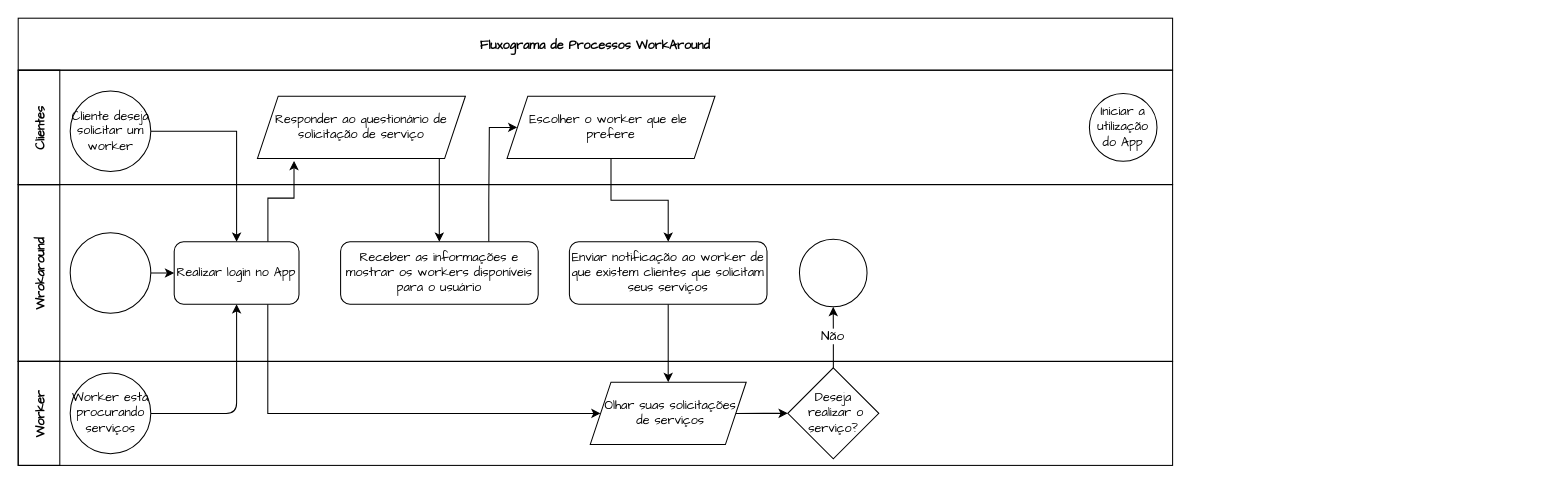
Above: flowchart/Fluxograma de Processos.drawio in vichelly/WorkAround_B2C (draw.io), before the change. Source tidied: cells renumbered, new cells numbered last; positions are measured from the earlier drawing's top-left corner, leaving out a move shared by most shapes. Both pictures are drawn from the tidied source at 104%, with x=0, y=0 at pixel (18, 18).
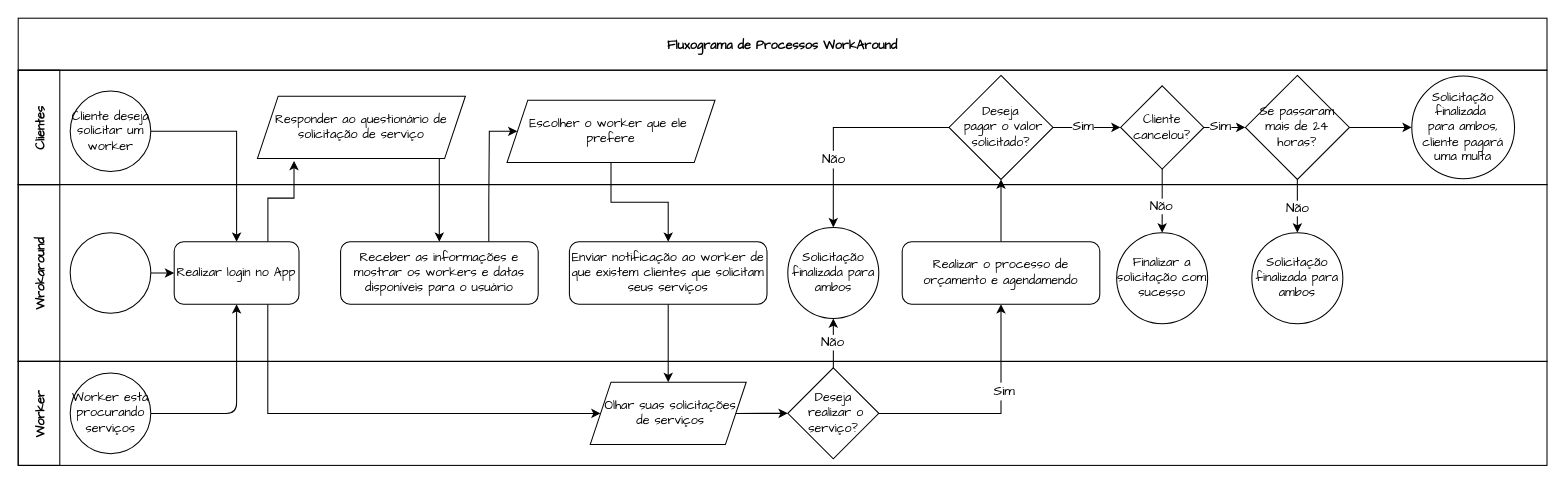
Above is the later version.

Unchanged cells that the change refers to:
```xml
<mxCell id="32" value="Deseja&lt;div&gt;&amp;nbsp;realizar o serviço?&lt;/div&gt;" style="rhombus;whiteSpace=wrap;html=1;fontFamily=Comic Sans MS;" parent="1" vertex="1">
  <mxGeometry x="740" y="336.2" width="87.5" height="87.5" as="geometry" />
</mxCell>
```

Change to the diagram source:
```diff
@@
     <mxCell id="2" style="rounded=0;whiteSpace=wrap;html=1;fillColor=none;flipH=0;fontFamily=Comic Sans MS;" parent="1" vertex="1">
-      <mxGeometry y="330" width="1110" height="100" as="geometry" />
+      <mxGeometry y="330" width="1470" height="100" as="geometry" />
     </mxCell>
@@
     <mxCell id="4" style="rounded=0;whiteSpace=wrap;html=1;fillColor=none;flipH=0;fontFamily=Comic Sans MS;" parent="1" vertex="1">
-      <mxGeometry y="160" width="1110" height="170" as="geometry" />
+      <mxGeometry y="160" width="1470" height="170" as="geometry" />
     </mxCell>
@@
     <mxCell id="6" style="rounded=0;whiteSpace=wrap;html=1;fillColor=none;flipH=0;fontFamily=Comic Sans MS;" parent="1" vertex="1">
-      <mxGeometry y="50" width="1110" height="110" as="geometry" />
+      <mxGeometry y="50" width="1470" height="110" as="geometry" />
     </mxCell>
@@
     <mxCell id="8" value="Fluxograma de Processos WorkAround" style="rounded=0;fillColor=none;fontStyle=1;flipH=0;fontFamily=Comic Sans MS;" parent="1" vertex="1">
-      <mxGeometry width="1110" height="50" as="geometry" />
+      <mxGeometry width="1470" height="50" as="geometry" />
     </mxCell>
@@
     <mxCell id="21" style="edgeStyle=orthogonalEdgeStyle;rounded=0;jettySize=auto;html=1;exitX=0.75;exitY=0;exitDx=0;exitDy=0;entryX=0;entryY=0.5;entryDx=0;entryDy=0;fontFamily=Comic Sans MS;" parent="1" edge="1" source="22" target="27">
       <mxGeometry relative="1" as="geometry">
         <Array as="points">
           <mxPoint x="453" y="175" />
           <mxPoint x="453" y="175" />
-          <mxPoint x="453" y="105" />
+          <mxPoint x="453" y="109" />
+          <mxPoint x="480" y="109" />
         </Array>
       </mxGeometry>
     </mxCell>
-    <mxCell id="22" value="Receber as informações e mostrar os workers disponíveis para o usuário" style="rounded=1;whiteSpace=wrap;html=1;flipH=0;fontFamily=Comic Sans MS;" parent="1" vertex="1">
+    <mxCell id="22" value="Receber as informações e mostrar os workers e datas disponíveis para o usuário" style="rounded=1;whiteSpace=wrap;html=1;flipH=0;fontFamily=Comic Sans MS;" parent="1" vertex="1">
       <mxGeometry x="310" y="215" width="190" height="60" as="geometry" />
     </mxCell>
@@
-    <mxCell id="24" value="Iniciar a utilização do App" style="ellipse;whiteSpace=wrap;html=1;flipH=0;fontFamily=Comic Sans MS;" parent="1" vertex="1">
-      <mxGeometry x="1030" y="72.5" width="65" height="65" as="geometry" />
-    </mxCell>
-    <mxCell id="25" style="ellipse;whiteSpace=wrap;html=1;flipH=0;fontFamily=Comic Sans MS;" parent="1" vertex="1">
-      <mxGeometry x="751.2" y="212.5" width="65" height="65" as="geometry" />
+    <mxCell id="25" value="Solicitação finalizada para ambos" style="ellipse;whiteSpace=wrap;html=1;flipH=0;fontFamily=Comic Sans MS;" parent="1" vertex="1">
+      <mxGeometry x="740" y="201.2" width="87.5" height="87.5" as="geometry" />
     </mxCell>
@@
     <mxCell id="27" value="Escolher o worker que ele&amp;nbsp;&lt;div&gt;prefere&lt;/div&gt;" style="shape=parallelogram;perimeter=parallelogramPerimeter;whiteSpace=wrap;html=1;fixedSize=1;flipH=0;fontFamily=Comic Sans MS;" parent="1" vertex="1">
-      <mxGeometry x="470" y="75" width="200" height="60" as="geometry" />
+      <mxGeometry x="470" y="78.8" width="200" height="60" as="geometry" />
     </mxCell>
@@
+    <mxCell id="33" style="edgeStyle=orthogonalEdgeStyle;rounded=0;jettySize=auto;html=1;entryX=0.5;entryY=1;entryDx=0;entryDy=0;" parent="1" edge="1" source="32" target="36">
+      <mxGeometry relative="1" as="geometry" />
+    </mxCell>
+    <mxCell id="34" value="&lt;font style=&quot;font-size: 13px;&quot; face=&quot;Comic Sans MS&quot;&gt;Sim&lt;/font&gt;" style="edgeLabel;html=1;align=center;verticalAlign=middle;fontSize=13;" parent="33" vertex="1">
+      <mxGeometry x="0.25" y="-2" relative="1" as="geometry" />
+    </mxCell>
@@
+    <mxCell id="35" style="edgeStyle=orthogonalEdgeStyle;rounded=0;jettySize=auto;html=1;entryX=0.5;entryY=1;entryDx=0;entryDy=0;" parent="1" edge="1" source="36" target="41">
+      <mxGeometry relative="1" as="geometry" />
+    </mxCell>
+    <mxCell id="36" value="Realizar o processo de orçamento e agendamendo" style="rounded=1;whiteSpace=wrap;html=1;flipH=0;fontFamily=Comic Sans MS;" parent="1" vertex="1">
+      <mxGeometry x="850" y="215" width="190" height="60" as="geometry" />
+    </mxCell>
+    <mxCell id="37" style="edgeStyle=orthogonalEdgeStyle;rounded=0;jettySize=auto;html=1;entryX=0.5;entryY=0;entryDx=0;entryDy=0;" parent="1" edge="1" source="41" target="25">
+      <mxGeometry relative="1" as="geometry" />
+    </mxCell>
+    <mxCell id="38" value="&lt;font style=&quot;font-size: 13px;&quot; face=&quot;Comic Sans MS&quot;&gt;Não&lt;/font&gt;" style="edgeLabel;html=1;align=center;verticalAlign=middle;fontSize=13;" parent="37" vertex="1">
+      <mxGeometry x="0.37" relative="1" as="geometry" />
+    </mxCell>
+    <mxCell id="39" style="edgeStyle=orthogonalEdgeStyle;rounded=0;jettySize=auto;html=1;entryX=0;entryY=0.5;entryDx=0;entryDy=0;" parent="1" edge="1" source="41" target="47">
+      <mxGeometry relative="1" as="geometry" />
+    </mxCell>
+    <mxCell id="40" value="&lt;font style=&quot;font-size: 13px;&quot; face=&quot;Comic Sans MS&quot;&gt;Sim&lt;/font&gt;" style="edgeLabel;html=1;align=center;verticalAlign=middle;" parent="39" vertex="1">
+      <mxGeometry x="-0.14" y="2" relative="1" as="geometry" />
+    </mxCell>
+    <mxCell id="41" value="Deseja&lt;div&gt;&amp;nbsp;pagar o valor solicitado?&lt;/div&gt;" style="rhombus;whiteSpace=wrap;html=1;fontFamily=Comic Sans MS;" parent="1" vertex="1">
+      <mxGeometry x="895" y="55" width="100" height="100" as="geometry" />
+    </mxCell>
+    <mxCell id="42" style="edgeStyle=orthogonalEdgeStyle;rounded=0;jettySize=auto;html=1;entryX=0.5;entryY=0;entryDx=0;entryDy=0;exitX=0.5;exitY=1;exitDx=0;exitDy=0;" parent="1" edge="1" source="47" target="44">
+      <mxGeometry relative="1" as="geometry" />
+    </mxCell>
+    <mxCell id="43" value="&lt;font style=&quot;font-size: 13px;&quot; face=&quot;Comic Sans MS&quot;&gt;Não&lt;/font&gt;" style="edgeLabel;html=1;align=center;verticalAlign=middle;" parent="42" vertex="1">
+      <mxGeometry x="0.17" y="-1" relative="1" as="geometry" />
+    </mxCell>
+    <mxCell id="44" value="Finalizar a solicitação com sucesso" style="ellipse;whiteSpace=wrap;html=1;flipH=0;fontFamily=Comic Sans MS;" parent="1" vertex="1">
+      <mxGeometry x="1056.2" y="206.2" width="87.5" height="87.5" as="geometry" />
+    </mxCell>
+    <mxCell id="45" style="edgeStyle=orthogonalEdgeStyle;rounded=0;jettySize=auto;html=1;entryX=0;entryY=0.5;entryDx=0;entryDy=0;" parent="1" edge="1" source="47" target="51">
+      <mxGeometry relative="1" as="geometry" />
+    </mxCell>
+    <mxCell id="46" value="&lt;font style=&quot;font-size: 13px;&quot; face=&quot;Comic Sans MS&quot;&gt;Sim&lt;/font&gt;" style="edgeLabel;html=1;align=center;verticalAlign=middle;" parent="45" vertex="1">
+      <mxGeometry x="-0.23" y="2" relative="1" as="geometry" />
+    </mxCell>
+    <mxCell id="47" value="&lt;font face=&quot;Comic Sans MS&quot;&gt;Cliente cancelou?&lt;/font&gt;" style="rhombus;whiteSpace=wrap;html=1;" parent="1" vertex="1">
+      <mxGeometry x="1060" y="65" width="80" height="80" as="geometry" />
+    </mxCell>
+    <mxCell id="48" style="edgeStyle=orthogonalEdgeStyle;rounded=0;jettySize=auto;html=1;entryX=0.5;entryY=0;entryDx=0;entryDy=0;fontFamily=Helvetica;fontSize=11;fontColor=default;labelBackgroundColor=default;" parent="1" edge="1" source="51" target="52">
+      <mxGeometry relative="1" as="geometry" />
+    </mxCell>
+    <mxCell id="49" value="&lt;font style=&quot;font-size: 13px;&quot; face=&quot;Comic Sans MS&quot;&gt;Não&lt;/font&gt;" style="edgeLabel;html=1;align=center;verticalAlign=middle;fontFamily=Helvetica;fontSize=11;fontColor=default;labelBackgroundColor=default;fillColor=none;gradientColor=none;" parent="48" vertex="1">
+      <mxGeometry x="0.09" relative="1" as="geometry" />
+    </mxCell>
+    <mxCell id="50" style="edgeStyle=orthogonalEdgeStyle;rounded=0;jettySize=auto;html=1;entryX=0;entryY=0.5;entryDx=0;entryDy=0;fontFamily=Helvetica;fontSize=11;fontColor=default;labelBackgroundColor=default;" parent="1" edge="1" source="51" target="53">
+      <mxGeometry relative="1" as="geometry" />
+    </mxCell>
+    <mxCell id="51" value="Se passaram mais de 24 horas?" style="rhombus;whiteSpace=wrap;html=1;fontFamily=Comic Sans MS;" parent="1" vertex="1">
+      <mxGeometry x="1180" y="55" width="100" height="100" as="geometry" />
+    </mxCell>
+    <mxCell id="52" value="Solicitação finalizada para ambos" style="ellipse;whiteSpace=wrap;html=1;flipH=0;fontFamily=Comic Sans MS;" parent="1" vertex="1">
+      <mxGeometry x="1186.2" y="206.2" width="87.5" height="87.5" as="geometry" />
+    </mxCell>
+    <mxCell id="53" value="Solicitação finalizada&amp;nbsp;&lt;div&gt;para ambos, cliente pagará uma multa&lt;/div&gt;" style="ellipse;whiteSpace=wrap;html=1;flipH=0;fontFamily=Comic Sans MS;" parent="1" vertex="1">
+      <mxGeometry x="1340" y="55.6" width="98.8" height="98.8" as="geometry" />
+    </mxCell>
```
